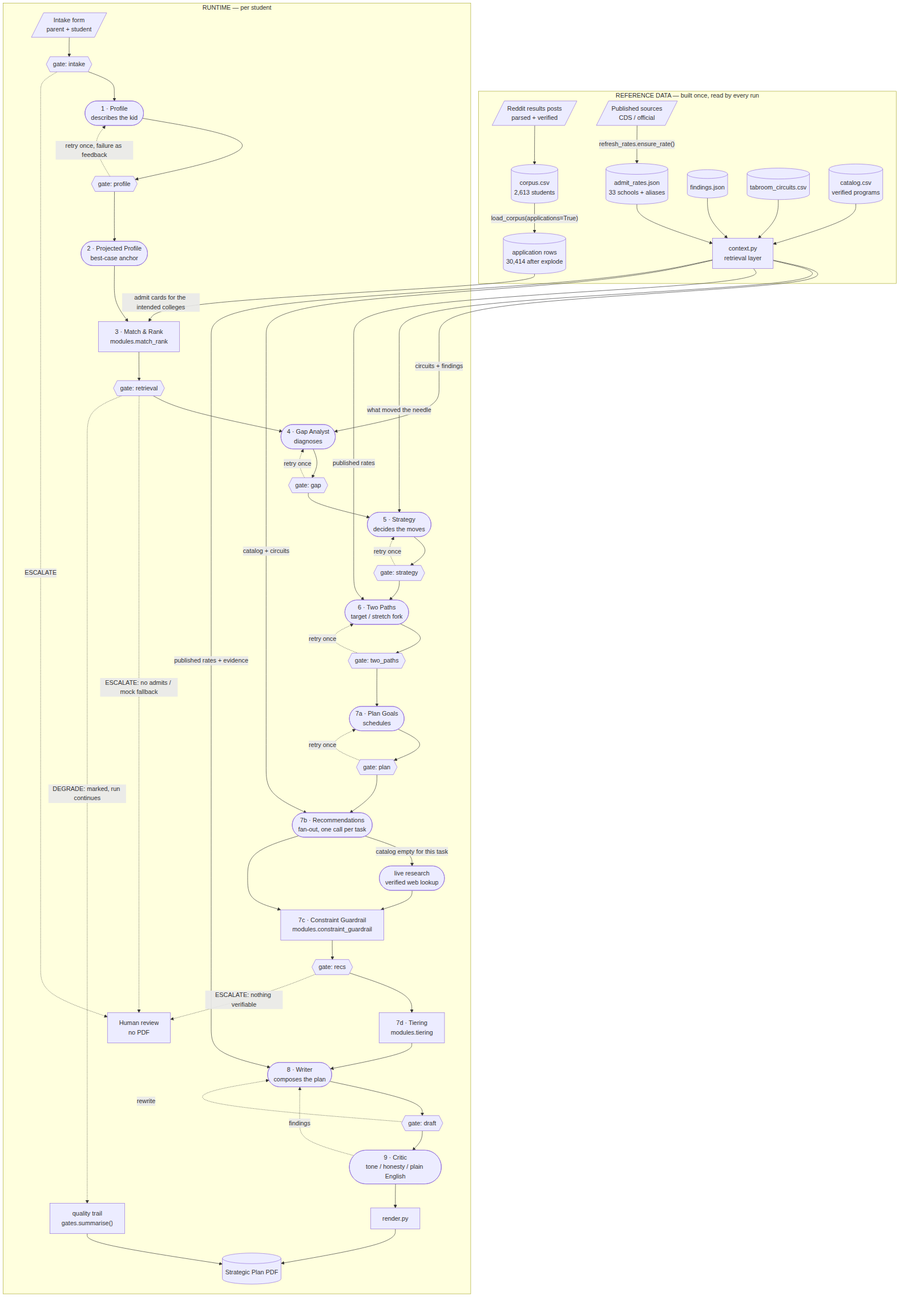
Above: docs/orchestration.png in aayushirawat677-creator/Compass (Mermaid), before the change. Its source is kept beside it as docs/orchestration.mmd.
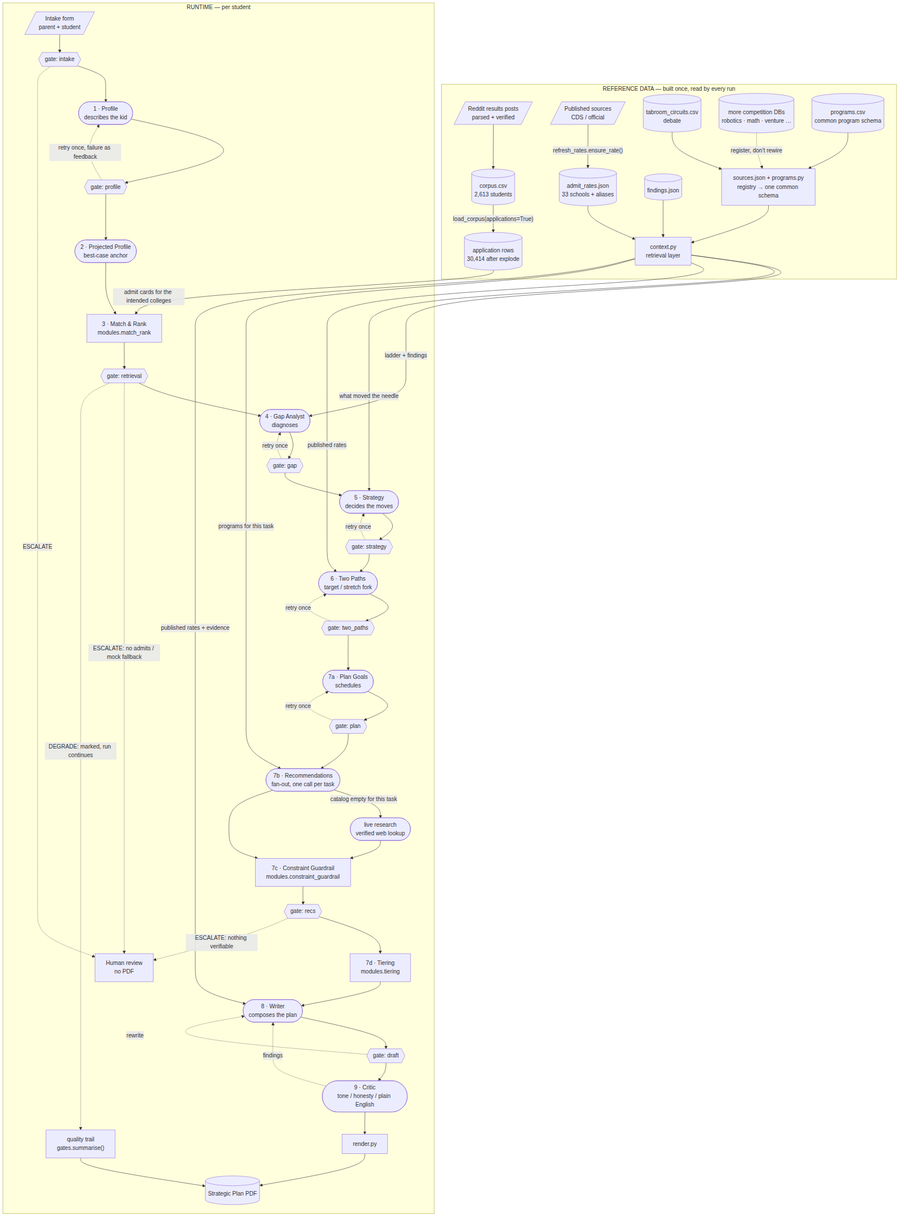
Later version of the same file.

Commit message:
Program registry: one common schema for every competition database

Diff of the diagram source:
```diff
@@ -8,16 +8,20 @@
     APPROWS[("application rows<br/>30,414 after explode")]
     RATES[("admit_rates.json<br/>33 schools + aliases")]
     FIND[("findings.json")]
-    CIRC[("tabroom_circuits.csv")]
-    CAT[("catalog.csv<br/>verified programs")]
+    TAB[("tabroom_circuits.csv<br/>debate")]
+    MORE[("more competition DBs<br/>robotics · math · venture …")]
+    PROG[("programs.csv<br/>common program schema")]
     SRC --> CORPUS
     CORPUS -->|"load_corpus(applications=True)"| APPROWS
     PUB -->|"refresh_rates.ensure_rate()"| RATES
+    REG["sources.json + programs.py<br/>registry → one common schema"]
+    TAB --> REG
+    PROG --> REG
+    MORE -.->|"register, don't rewire"| REG
     CTX["context.py<br/>retrieval layer"]
     RATES --> CTX
     FIND --> CTX
-    CIRC --> CTX
-    CAT --> CTX
+    REG --> CTX
   end
 
   subgraph RUNTIME["RUNTIME — per student"]
@@ -71,8 +75,8 @@
   end
 
   APPROWS -->|"admit cards for the intended colleges"| S3
-  CTX -->|"circuits + findings"| S4
+  CTX -->|"ladder + findings"| S4
   CTX -->|"what moved the needle"| S5
   CTX -->|"published rates"| S6
-  CTX -->|"catalog + circuits"| S8
+  CTX -->|"programs for this task"| S8
   CTX -->|"published rates + evidence"| S11
```
